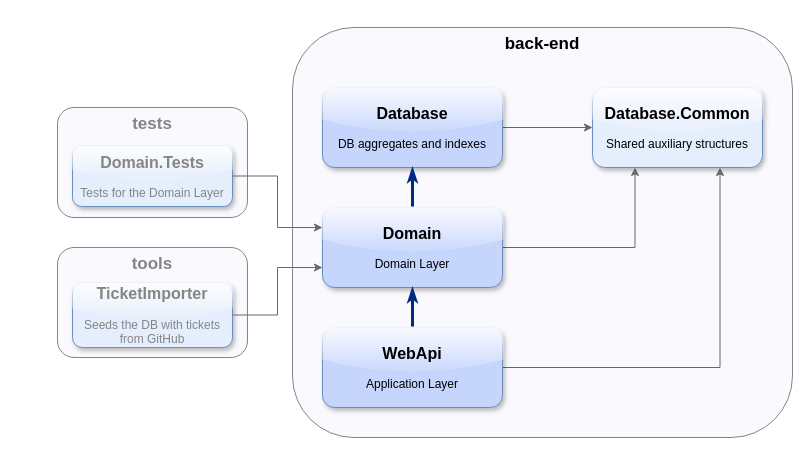
Earlier version of the draw.io diagram documentation/projects-diagram.drawio (ravendb/samples-yabt). Source tidied: cells renumbered, new cells numbered last; positions are measured from the earlier drawing's top-left corner, leaving out a move shared by most shapes. Both pictures are drawn from the tidied source at 100%, with x=0, y=0 at pixel (57, 27).
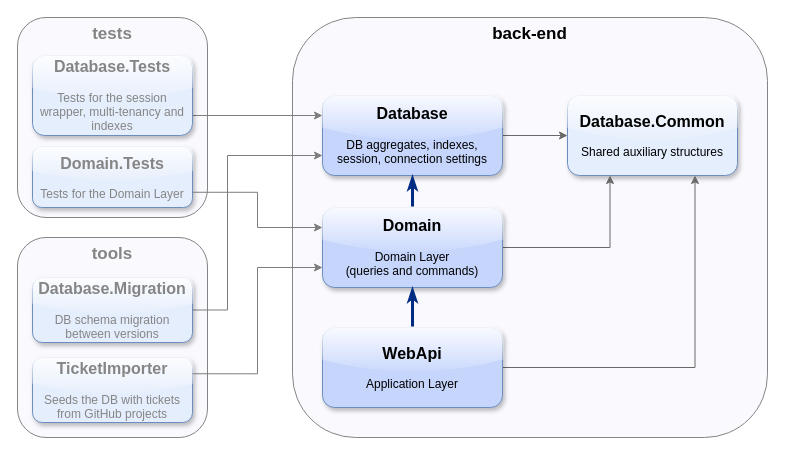
Above is the later version.

Commit message (it also covers changes not shown here):
Updated solution diagram

What changed in the source:
```diff
@@
     <mxCell id="2" value="&lt;font color=&quot;#858585&quot;&gt;tools&lt;/font&gt;" style="rounded=1;whiteSpace=wrap;html=1;shadow=0;glass=0;sketch=0;fillColor=#F9F9FE;strokeColor=#858585;verticalAlign=top;fontStyle=1;fontSize=17;" parent="1" vertex="1">
-      <mxGeometry y="220" width="190" height="110" as="geometry" />
+      <mxGeometry x="-40" y="210" width="190" height="200" as="geometry" />
     </mxCell>
     <mxCell id="3" value="&lt;font color=&quot;#858585&quot;&gt;tests&lt;/font&gt;" style="rounded=1;whiteSpace=wrap;html=1;shadow=0;glass=0;sketch=0;fillColor=#F9F9FE;strokeColor=#858585;verticalAlign=top;fontStyle=1;fontSize=17;" parent="1" vertex="1">
-      <mxGeometry y="80" width="190" height="110" as="geometry" />
+      <mxGeometry x="-40" y="-10" width="190" height="200" as="geometry" />
     </mxCell>
     <mxCell id="4" value="back-end" style="rounded=1;whiteSpace=wrap;html=1;shadow=0;glass=0;sketch=0;fillColor=#F9F9FE;strokeColor=#858585;verticalAlign=top;fontStyle=1;fontSize=17;" parent="1" vertex="1">
-      <mxGeometry x="235" width="500" height="410" as="geometry" />
+      <mxGeometry x="235" y="-10" width="475" height="420" as="geometry" />
     </mxCell>
@@
-    <mxCell id="6" value="&lt;b&gt;&lt;font style=&quot;font-size: 16px&quot;&gt;Database&lt;/font&gt;&lt;/b&gt;&lt;br&gt;&lt;br&gt;DB aggregates and indexes" style="rounded=1;whiteSpace=wrap;html=1;strokeColor=#6c8ebf;glass=1;sketch=0;shadow=1;fillColor=#C5D5FC;" parent="1" vertex="1">
-      <mxGeometry x="265" y="60" width="180" height="80" as="geometry" />
+    <mxCell id="6" value="&lt;b&gt;&lt;font style=&quot;font-size: 16px&quot;&gt;Database&lt;/font&gt;&lt;/b&gt;&lt;br&gt;&lt;br&gt;DB aggregates, indexes, session, connection settings" style="rounded=1;whiteSpace=wrap;html=1;strokeColor=#6c8ebf;glass=1;sketch=0;shadow=1;fillColor=#C5D5FC;" parent="1" vertex="1">
+      <mxGeometry x="265" y="68" width="180" height="80" as="geometry" />
     </mxCell>
     <mxCell id="7" value="&lt;b&gt;&lt;font style=&quot;font-size: 16px&quot;&gt;Database.Common&lt;/font&gt;&lt;/b&gt;&lt;br&gt;&lt;br&gt;Shared auxiliary structures" style="rounded=1;whiteSpace=wrap;html=1;strokeColor=#6c8ebf;fillColor=#E5EEFC;glass=1;shadow=1;" parent="1" vertex="1">
-      <mxGeometry x="535" y="60" width="170" height="80" as="geometry" />
+      <mxGeometry x="510" y="68" width="170" height="80" as="geometry" />
     </mxCell>
@@
-    <mxCell id="10" value="&lt;b&gt;&lt;font style=&quot;font-size: 16px&quot;&gt;Domain&lt;/font&gt;&lt;/b&gt;&lt;br&gt;&lt;br&gt;Domain Layer" style="rounded=1;whiteSpace=wrap;html=1;strokeColor=#6c8ebf;glass=1;sketch=0;shadow=1;fillColor=#C5D5FC;" parent="1" vertex="1">
+    <mxCell id="10" value="&lt;b&gt;&lt;font style=&quot;font-size: 16px&quot;&gt;Domain&lt;/font&gt;&lt;/b&gt;&lt;br&gt;&lt;br&gt;Domain Layer&lt;br&gt;(queries and commands)" style="rounded=1;whiteSpace=wrap;html=1;strokeColor=#6c8ebf;glass=1;sketch=0;shadow=1;fillColor=#C5D5FC;" parent="1" vertex="1">
       <mxGeometry x="265" y="180" width="180" height="80" as="geometry" />
     </mxCell>
@@
     <mxCell id="14" value="&lt;font color=&quot;#858585&quot;&gt;&lt;b&gt;&lt;font style=&quot;font-size: 16px&quot;&gt;Domain.Tests&lt;/font&gt;&lt;/b&gt;&lt;br&gt;&lt;br&gt;Tests for the Domain Layer&lt;/font&gt;" style="rounded=1;whiteSpace=wrap;html=1;strokeColor=#6c8ebf;fillColor=#E5EEFC;glass=1;shadow=1;" parent="1" vertex="1">
-      <mxGeometry x="15" y="118" width="160" height="61" as="geometry" />
+      <mxGeometry x="-25" y="119" width="160" height="61" as="geometry" />
     </mxCell>
-    <mxCell id="15" style="edgeStyle=orthogonalEdgeStyle;rounded=0;jettySize=auto;html=1;entryX=0;entryY=0.25;entryDx=0;entryDy=0;strokeColor=#696969;exitX=1;exitY=0.5;exitDx=0;exitDy=0;fontColor=#949494;" parent="1" edge="1" source="14" target="10">
-      <mxGeometry relative="1" as="geometry" />
+    <mxCell id="15" style="edgeStyle=orthogonalEdgeStyle;rounded=0;jettySize=auto;html=1;entryX=0;entryY=0.25;entryDx=0;entryDy=0;exitX=1;exitY=0.75;exitDx=0;exitDy=0;fontColor=#949494;strokeColor=#7D7D7D;" parent="1" edge="1" source="14" target="10">
+      <mxGeometry relative="1" as="geometry">
+        <Array as="points">
+          <mxPoint x="200" y="165" />
+          <mxPoint x="200" y="200" />
+        </Array>
+      </mxGeometry>
     </mxCell>
-    <mxCell id="16" value="&lt;font color=&quot;#858585&quot;&gt;&lt;b&gt;&lt;font style=&quot;font-size: 16px&quot;&gt;TicketImporter&lt;/font&gt;&lt;/b&gt;&lt;br&gt;&lt;br&gt;Seeds the DB with tickets from GitHub&lt;/font&gt;" style="rounded=1;whiteSpace=wrap;html=1;strokeColor=#6c8ebf;fillColor=#E5EEFC;glass=1;shadow=1;" parent="1" vertex="1">
-      <mxGeometry x="15" y="255" width="160" height="65" as="geometry" />
+    <mxCell id="16" value="&lt;font color=&quot;#858585&quot;&gt;&lt;b&gt;&lt;font style=&quot;font-size: 16px&quot;&gt;TicketImporter&lt;/font&gt;&lt;/b&gt;&lt;br&gt;&lt;br&gt;Seeds the DB with tickets from GitHub projects&lt;/font&gt;" style="rounded=1;whiteSpace=wrap;html=1;strokeColor=#6c8ebf;fillColor=#E5EEFC;glass=1;shadow=1;" parent="1" vertex="1">
+      <mxGeometry x="-25" y="330" width="160" height="65" as="geometry" />
     </mxCell>
-    <mxCell id="17" style="edgeStyle=orthogonalEdgeStyle;rounded=0;jettySize=auto;html=1;entryX=0;entryY=0.75;entryDx=0;entryDy=0;strokeColor=#696969;exitX=1;exitY=0.5;exitDx=0;exitDy=0;fontColor=#949494;" parent="1" edge="1" source="16" target="10">
-      <mxGeometry relative="1" as="geometry" />
+    <mxCell id="17" style="edgeStyle=orthogonalEdgeStyle;rounded=0;jettySize=auto;html=1;entryX=0;entryY=0.75;entryDx=0;entryDy=0;exitX=1;exitY=0.25;exitDx=0;exitDy=0;fontColor=#949494;strokeColor=#7D7D7D;" parent="1" edge="1" source="16" target="10">
+      <mxGeometry relative="1" as="geometry">
+        <Array as="points">
+          <mxPoint x="200" y="346" />
+          <mxPoint x="200" y="240" />
+        </Array>
+      </mxGeometry>
     </mxCell>
+    <mxCell id="18" style="edgeStyle=orthogonalEdgeStyle;rounded=0;jettySize=auto;html=1;entryX=0;entryY=0.25;entryDx=0;entryDy=0;exitX=1;exitY=0.75;exitDx=0;exitDy=0;strokeColor=#7D7D7D;" parent="1" edge="1" source="19" target="6">
+      <mxGeometry relative="1" as="geometry" />
+    </mxCell>
+    <mxCell id="19" value="&lt;font color=&quot;#858585&quot;&gt;&lt;b&gt;&lt;font style=&quot;font-size: 16px&quot;&gt;Database.Tests&lt;/font&gt;&lt;/b&gt;&lt;br&gt;&lt;br&gt;Tests for the session wrapper, multi-tenancy and indexes&lt;/font&gt;" style="rounded=1;whiteSpace=wrap;html=1;strokeColor=#6c8ebf;fillColor=#E5EEFC;glass=1;shadow=1;" parent="1" vertex="1">
+      <mxGeometry x="-25" y="28" width="160" height="80" as="geometry" />
+    </mxCell>
+    <mxCell id="20" style="edgeStyle=orthogonalEdgeStyle;rounded=0;jettySize=auto;html=1;entryX=0;entryY=0.75;entryDx=0;entryDy=0;strokeColor=#7D7D7D;" parent="1" edge="1" source="21" target="6">
+      <mxGeometry relative="1" as="geometry">
+        <Array as="points">
+          <mxPoint x="170" y="283" />
+          <mxPoint x="170" y="128" />
+        </Array>
+      </mxGeometry>
+    </mxCell>
+    <mxCell id="21" value="&lt;font color=&quot;#858585&quot;&gt;&lt;span style=&quot;font-size: 16px&quot;&gt;&lt;b&gt;Database.Migration&lt;/b&gt;&lt;/span&gt;&lt;br&gt;&lt;br&gt;DB schema migration between versions&lt;br&gt;&lt;/font&gt;" style="rounded=1;whiteSpace=wrap;html=1;strokeColor=#6c8ebf;fillColor=#E5EEFC;glass=1;shadow=1;" parent="1" vertex="1">
+      <mxGeometry x="-25" y="250" width="160" height="65" as="geometry" />
+    </mxCell>
```
